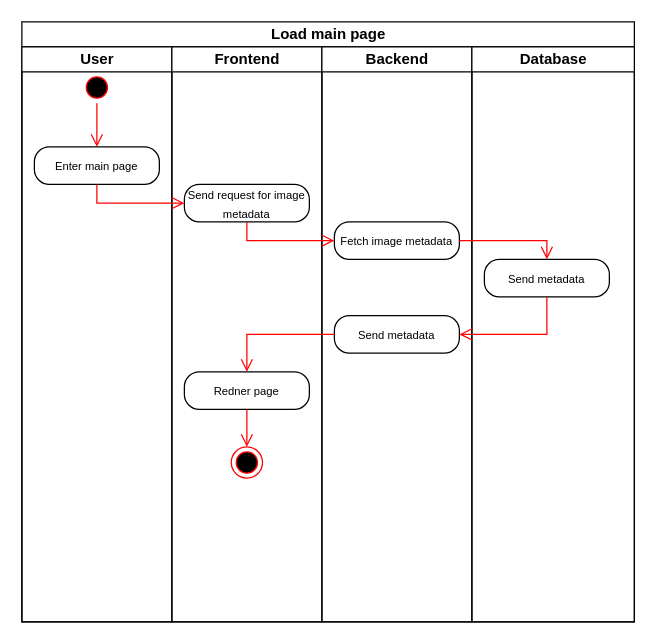
The draw.io diagram art-site-and-store-api/diagrams/usecase/activity/LoadMainPage.drawio in Kamiltlusty/art-site-and-store, before the edit. Source tidied: cells renumbered, new cells numbered last; positions are measured from the earlier drawing's top-left corner, leaving out a move shared by most shapes. Both pictures are drawn from the tidied source at 125%, with x=0, y=0 at pixel (21, 21).
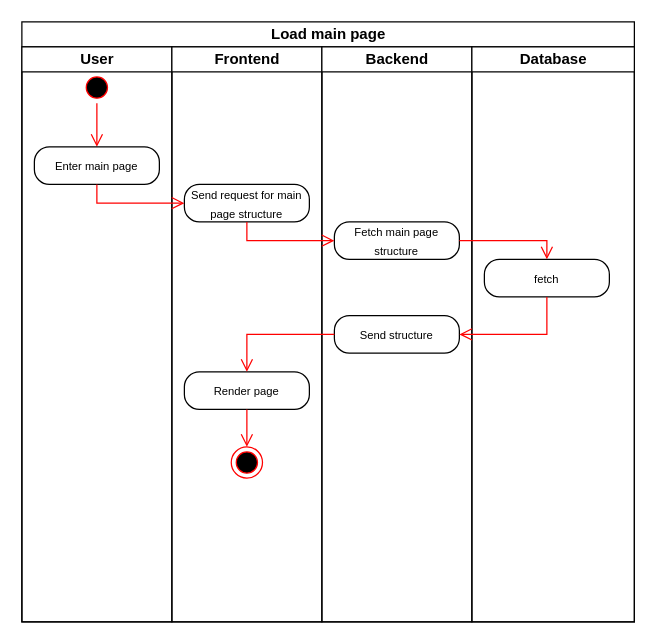
The same diagram, later.

The change refers to these unchanged cells:
```xml
<mxCell id="7" value="Frontend" style="swimlane;startSize=20;html=1;" parent="2" vertex="1">
  <mxGeometry x="120" y="20" width="120" height="460" as="geometry" />
</mxCell>
<mxCell id="12" value="Backend" style="swimlane;startSize=20;html=1;" parent="2" vertex="1">
  <mxGeometry x="240" y="20" width="120" height="460" as="geometry" />
</mxCell>
<mxCell id="15" value="Database" style="swimlane;startSize=20;html=1;" parent="2" vertex="1">
  <mxGeometry x="360" y="20" width="130" height="460" as="geometry" />
</mxCell>
```

What changed in the source:
```diff
@@
-    <mxCell id="8" value="&lt;font style=&quot;font-size: 9px;&quot;&gt;Send request for image metadata&lt;/font&gt;" style="rounded=1;whiteSpace=wrap;html=1;arcSize=40;" parent="7" vertex="1">
+    <mxCell id="8" value="&lt;font style=&quot;font-size: 9px;&quot;&gt;Send request for main page structure&lt;/font&gt;" style="rounded=1;whiteSpace=wrap;html=1;arcSize=40;" parent="7" vertex="1">
       <mxGeometry x="10" y="110" width="100" height="30" as="geometry" />
     </mxCell>
-    <mxCell id="9" value="&lt;font style=&quot;font-size: 9px;&quot;&gt;Redner page&lt;/font&gt;" style="rounded=1;whiteSpace=wrap;html=1;arcSize=40;" parent="7" vertex="1">
+    <mxCell id="9" value="&lt;font style=&quot;font-size: 9px;&quot;&gt;Render page&lt;/font&gt;" style="rounded=1;whiteSpace=wrap;html=1;arcSize=40;" parent="7" vertex="1">
       <mxGeometry x="10" y="260" width="100" height="30" as="geometry" />
     </mxCell>
@@
-    <mxCell id="13" value="&lt;font style=&quot;font-size: 9px;&quot;&gt;Fetch image&amp;nbsp;&lt;/font&gt;&lt;span style=&quot;font-size: 9px;&quot;&gt;metadata&lt;/span&gt;" style="rounded=1;whiteSpace=wrap;html=1;arcSize=40;" parent="12" vertex="1">
+    <mxCell id="13" value="&lt;font style=&quot;font-size: 9px;&quot;&gt;Fetch main page structure&lt;/font&gt;" style="rounded=1;whiteSpace=wrap;html=1;arcSize=40;" parent="12" vertex="1">
       <mxGeometry x="10" y="140" width="100" height="30" as="geometry" />
     </mxCell>
-    <mxCell id="14" value="&lt;font style=&quot;font-size: 9px;&quot;&gt;Send&amp;nbsp;&lt;/font&gt;&lt;span style=&quot;font-size: 9px;&quot;&gt;metadata&lt;/span&gt;" style="rounded=1;whiteSpace=wrap;html=1;arcSize=40;" parent="12" vertex="1">
+    <mxCell id="14" value="&lt;font style=&quot;font-size: 9px;&quot;&gt;Send&amp;nbsp;&lt;/font&gt;&lt;span style=&quot;font-size: 9px;&quot;&gt;structure&lt;/span&gt;" style="rounded=1;whiteSpace=wrap;html=1;arcSize=40;" parent="12" vertex="1">
       <mxGeometry x="10" y="215" width="100" height="30" as="geometry" />
     </mxCell>
@@
-    <mxCell id="16" value="&lt;font style=&quot;font-size: 9px;&quot;&gt;Send&amp;nbsp;&lt;/font&gt;&lt;span style=&quot;font-size: 9px;&quot;&gt;metadata&lt;/span&gt;" style="rounded=1;whiteSpace=wrap;html=1;arcSize=40;" parent="15" vertex="1">
+    <mxCell id="16" value="&lt;font style=&quot;font-size: 9px;&quot;&gt;fetch&lt;/font&gt;" style="rounded=1;whiteSpace=wrap;html=1;arcSize=40;" parent="15" vertex="1">
       <mxGeometry x="10" y="170" width="100" height="30" as="geometry" />
     </mxCell>
```
